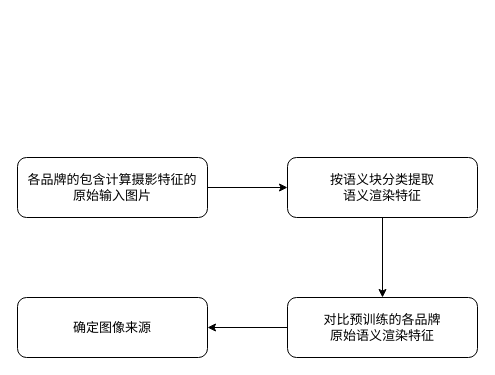
Earlier version of the draw.io diagram redraw_axio.drawio (ForsakenLi/draw.io). Source tidied: cells renumbered, new cells numbered last; positions are measured from the earlier drawing's top-left corner, leaving out a move shared by most shapes. Both pictures are drawn from the tidied source at 100%, with x=0, y=0 at pixel (17, 157).
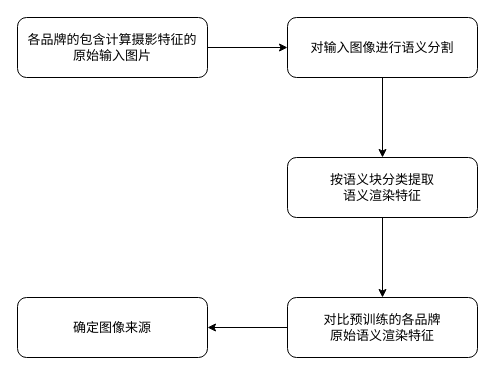
Above is the later version.

Diff of the diagram source:
```diff
@@
 <mxGraphModel>
   <root>
     <mxCell id="0" />
     <mxCell id="1" parent="0" />
-    <mxCell id="2" style="edgeStyle=orthogonalEdgeStyle;rounded=1;jettySize=auto;html=1;fontSize=13;" parent="1" edge="1" source="3" target="5">
-      <mxGeometry relative="1" as="geometry" />
-    </mxCell>
+    <mxCell id="9" style="edgeStyle=orthogonalEdgeStyle;rounded=0;jettySize=auto;html=1;fontSize=14;" parent="1" edge="1" source="3" target="11">
+      <mxGeometry relative="1" as="geometry" />
+    </mxCell>
     <mxCell id="3" value="各品牌的包含计算摄影特征的&lt;br&gt;原始输入图片" style="rounded=1;whiteSpace=wrap;html=1;fontSize=13;" parent="1" vertex="1">
-      <mxGeometry width="190" height="60" as="geometry" />
+      <mxGeometry y="-140" width="190" height="60" as="geometry" />
     </mxCell>
     <mxCell id="4" style="edgeStyle=orthogonalEdgeStyle;rounded=1;jettySize=auto;html=1;fontSize=13;" parent="1" edge="1" source="5" target="7">
       <mxGeometry relative="1" as="geometry" />
     </mxCell>
     <mxCell id="5" value="按语义块分类提取&lt;br&gt;语义渲染特征" style="rounded=1;whiteSpace=wrap;html=1;fontSize=13;" parent="1" vertex="1">
       <mxGeometry x="270" width="190" height="60" as="geometry" />
     </mxCell>
     <mxCell id="6" style="edgeStyle=orthogonalEdgeStyle;rounded=1;jettySize=auto;html=1;fontSize=13;" parent="1" edge="1" source="7" target="8">
       <mxGeometry relative="1" as="geometry" />
     </mxCell>
     <mxCell id="7" value="对比预训练的各品牌&lt;br&gt;原始语义渲染特征" style="rounded=1;whiteSpace=wrap;html=1;fontSize=13;" parent="1" vertex="1">
       <mxGeometry x="270" y="140" width="190" height="60" as="geometry" />
     </mxCell>
     <mxCell id="8" value="确定图像来源" style="rounded=1;whiteSpace=wrap;html=1;fontSize=13;" parent="1" vertex="1">
       <mxGeometry y="140" width="190" height="60" as="geometry" />
     </mxCell>
+    <mxCell id="10" style="edgeStyle=orthogonalEdgeStyle;rounded=0;jettySize=auto;html=1;fontSize=14;" parent="1" edge="1" source="11" target="5">
+      <mxGeometry relative="1" as="geometry" />
+    </mxCell>
+    <mxCell id="11" value="对输入图像进行语义分割" style="rounded=1;whiteSpace=wrap;html=1;fontSize=13;" parent="1" vertex="1">
+      <mxGeometry x="270" y="-140" width="190" height="60" as="geometry" />
+    </mxCell>
   </root>
 </mxGraphModel>
```
